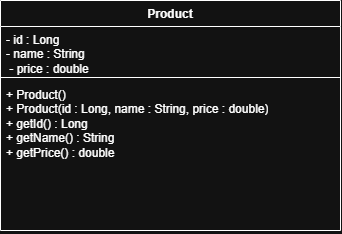
Before: docs/uml/Product.png, a diagram exported from draw.io (YehenSilva/springBoot_Tutorial). Source tidied: cells renumbered, new cells last; positions are measured from the earlier drawing's top-left corner, leaving out a move shared by most shapes. Source of this version:
```xml
<mxGraphModel>
  <root>
    <mxCell id="0" />
    <mxCell id="1" parent="0" />
    <mxCell id="2" value="Product" style="swimlane;fontStyle=1;align=center;verticalAlign=top;horizontal=1;startSize=26;whiteSpace=wrap;html=1;" parent="1" vertex="1">
      <mxGeometry width="340" height="230" as="geometry" />
    </mxCell>
    <mxCell id="3" value="- id : Long&amp;nbsp;&lt;div&gt;- name : String&amp;nbsp;&lt;/div&gt;&lt;div&gt;&amp;nbsp;- price : double&lt;/div&gt;" style="text;strokeColor=none;fillColor=none;align=left;verticalAlign=top;spacingLeft=4;spacingRight=4;overflow=hidden;whiteSpace=wrap;html=1;" parent="2" vertex="1">
      <mxGeometry y="26" width="340" height="47" as="geometry" />
    </mxCell>
    <mxCell id="4" style="line;strokeWidth=1;fillColor=none;align=left;verticalAlign=middle;spacingTop=-1;spacingLeft=3;spacingRight=3;labelPosition=right;strokeColor=inherit;" parent="2" vertex="1">
      <mxGeometry y="73" width="340" height="8" as="geometry" />
    </mxCell>
    <mxCell id="5" value="+ Product()&lt;br/&gt; + Product(id : Long, name : String, price : double)&lt;br/&gt; + getId() : Long&lt;br/&gt; + getName() : String&lt;br/&gt; + getPrice() : double&lt;div&gt;&lt;br/&gt;&lt;/div&gt;" style="text;strokeColor=none;fillColor=none;align=left;verticalAlign=top;spacingLeft=4;spacingRight=4;overflow=hidden;points=[[0,0.5],[1,0.5]];portConstraint=eastwest;whiteSpace=wrap;html=1;" parent="2" vertex="1">
      <mxGeometry y="81" width="340" height="149" as="geometry" />
    </mxCell>
  </root>
</mxGraphModel>
```
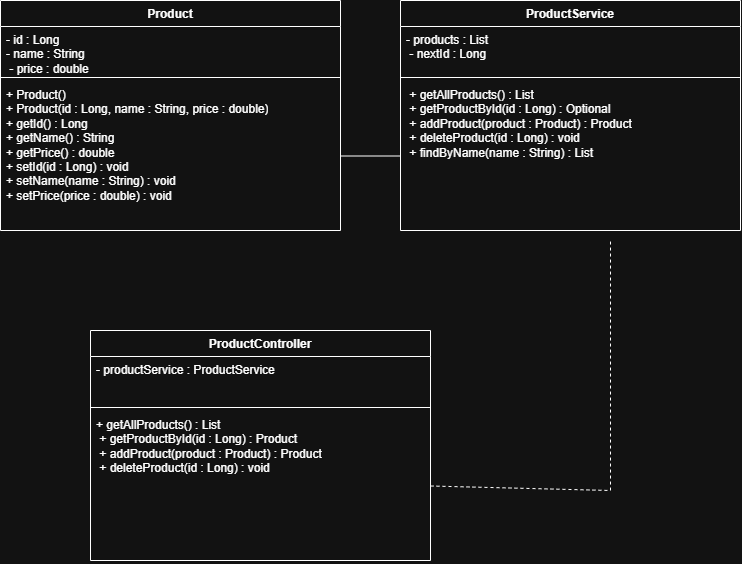
The same file after the commit.

Commit message:
Tutorial 3: ProductService with List - four CRUD endpoints working

Change to the diagram source:
```diff
@@ -11,8 +11,43 @@
     <mxCell id="4" style="line;strokeWidth=1;fillColor=none;align=left;verticalAlign=middle;spacingTop=-1;spacingLeft=3;spacingRight=3;labelPosition=right;strokeColor=inherit;" parent="2" vertex="1">
       <mxGeometry y="73" width="340" height="8" as="geometry" />
     </mxCell>
-    <mxCell id="5" value="+ Product()&lt;br/&gt; + Product(id : Long, name : String, price : double)&lt;br/&gt; + getId() : Long&lt;br/&gt; + getName() : String&lt;br/&gt; + getPrice() : double&lt;div&gt;&lt;br/&gt;&lt;/div&gt;" style="text;strokeColor=none;fillColor=none;align=left;verticalAlign=top;spacingLeft=4;spacingRight=4;overflow=hidden;points=[[0,0.5],[1,0.5]];portConstraint=eastwest;whiteSpace=wrap;html=1;" parent="2" vertex="1">
+    <mxCell id="5" value="+ Product()&lt;br&gt; + Product(id : Long, name : String, price : double)&lt;br&gt; + getId() : Long&lt;br&gt; + getName() : String&lt;br&gt; + getPrice() : double&lt;div&gt;+ setId(id : Long) : void&amp;nbsp;&lt;/div&gt;&lt;div&gt;+ setName(name : String) : void&amp;nbsp;&lt;/div&gt;&lt;div&gt;+ setPrice(price : double) : void&lt;/div&gt;" style="text;strokeColor=none;fillColor=none;align=left;verticalAlign=top;spacingLeft=4;spacingRight=4;overflow=hidden;points=[[0,0.5],[1,0.5]];portConstraint=eastwest;whiteSpace=wrap;html=1;" parent="2" vertex="1">
       <mxGeometry y="81" width="340" height="149" as="geometry" />
     </mxCell>
+    <mxCell id="6" value="ProductService" style="swimlane;fontStyle=1;align=center;verticalAlign=top;horizontal=1;startSize=26;whiteSpace=wrap;html=1;" parent="1" vertex="1">
+      <mxGeometry x="400" width="340" height="230" as="geometry" />
+    </mxCell>
+    <mxCell id="7" value="- products : List&amp;nbsp;&lt;div&gt;&lt;span style=&quot;background-color: transparent; color: light-dark(rgb(0, 0, 0), rgb(255, 255, 255));&quot;&gt;&amp;nbsp;- nextId : Long&amp;nbsp;&lt;/span&gt;&lt;/div&gt;" style="text;strokeColor=none;fillColor=none;align=left;verticalAlign=top;spacingLeft=4;spacingRight=4;overflow=hidden;whiteSpace=wrap;html=1;" parent="6" vertex="1">
+      <mxGeometry y="26" width="340" height="47" as="geometry" />
+    </mxCell>
+    <mxCell id="8" style="line;strokeWidth=1;fillColor=none;align=left;verticalAlign=middle;spacingTop=-1;spacingLeft=3;spacingRight=3;labelPosition=right;strokeColor=inherit;" parent="6" vertex="1">
+      <mxGeometry y="73" width="340" height="8" as="geometry" />
+    </mxCell>
+    <mxCell id="9" value="&amp;nbsp;+ getAllProducts() : List&amp;nbsp;&lt;div&gt;&amp;nbsp;+ getProductById(id : Long) : Optional&amp;nbsp;&lt;/div&gt;&lt;div&gt;&amp;nbsp;+ addProduct(product : Product) : Product&amp;nbsp;&lt;/div&gt;&lt;div&gt;&amp;nbsp;+ deleteProduct(id : Long) : void&amp;nbsp;&lt;/div&gt;&lt;div&gt;&amp;nbsp;+ findByName(name : String) : List&lt;/div&gt;" style="text;strokeColor=none;fillColor=none;align=left;verticalAlign=top;spacingLeft=4;spacingRight=4;overflow=hidden;points=[[0,0.5],[1,0.5]];portConstraint=eastwest;whiteSpace=wrap;html=1;" parent="6" vertex="1">
+      <mxGeometry y="81" width="340" height="149" as="geometry" />
+    </mxCell>
+    <mxCell id="10" value="ProductController" style="swimlane;fontStyle=1;align=center;verticalAlign=top;horizontal=1;startSize=26;whiteSpace=wrap;html=1;" parent="1" vertex="1">
+      <mxGeometry x="90" y="330" width="340" height="230" as="geometry" />
+    </mxCell>
+    <mxCell id="11" value="- productService : ProductService&amp;nbsp;" style="text;strokeColor=none;fillColor=none;align=left;verticalAlign=top;spacingLeft=4;spacingRight=4;overflow=hidden;whiteSpace=wrap;html=1;" parent="10" vertex="1">
+      <mxGeometry y="26" width="340" height="47" as="geometry" />
+    </mxCell>
+    <mxCell id="12" style="line;strokeWidth=1;fillColor=none;align=left;verticalAlign=middle;spacingTop=-1;spacingLeft=3;spacingRight=3;labelPosition=right;strokeColor=inherit;" parent="10" vertex="1">
+      <mxGeometry y="73" width="340" height="8" as="geometry" />
+    </mxCell>
+    <mxCell id="13" value="+ getAllProducts() : List&amp;nbsp;&lt;div&gt;&amp;nbsp;+ getProductById(id : Long) : Product&amp;nbsp;&lt;/div&gt;&lt;div&gt;&amp;nbsp;+ addProduct(product : Product) : Product&amp;nbsp;&lt;/div&gt;&lt;div&gt;&amp;nbsp;+ deleteProduct(id : Long) : void&amp;nbsp;&lt;/div&gt;" style="text;strokeColor=none;fillColor=none;align=left;verticalAlign=top;spacingLeft=4;spacingRight=4;overflow=hidden;points=[[0,0.5],[1,0.5]];portConstraint=eastwest;whiteSpace=wrap;html=1;" parent="10" vertex="1">
+      <mxGeometry y="81" width="340" height="149" as="geometry" />
+    </mxCell>
+    <mxCell id="14" style="endArrow=none;dashed=1;html=1;rounded=0;exitX=1;exitY=0.5;exitDx=0;exitDy=0;" parent="1" edge="1" source="13">
+      <mxGeometry relative="1" as="geometry">
+        <mxPoint x="610" y="240" as="targetPoint" />
+        <Array as="points">
+          <mxPoint x="610" y="490" />
+        </Array>
+      </mxGeometry>
+    </mxCell>
+    <mxCell id="15" style="endArrow=none;html=1;rounded=0;entryX=0;entryY=0.5;entryDx=0;entryDy=0;exitX=1;exitY=0.5;exitDx=0;exitDy=0;" parent="1" edge="1" source="5" target="9">
+      <mxGeometry relative="1" as="geometry" />
+    </mxCell>
   </root>
 </mxGraphModel>
```
